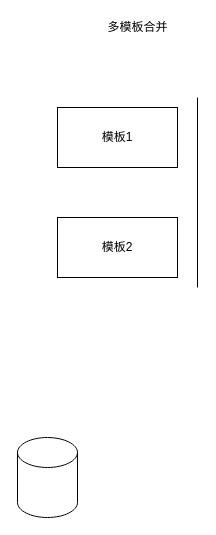
cherishsince/diagrams.net keeps this draw.io diagram as rongda-dep/rule sync.drawio. Above is the earlier version. Source tidied: cells renumbered, new cells numbered last; positions are measured from the earlier drawing's top-left corner, leaving out a move shared by most shapes. Both pictures are drawn from the tidied source at 100%, with x=0, y=0 at pixel (17, 17).
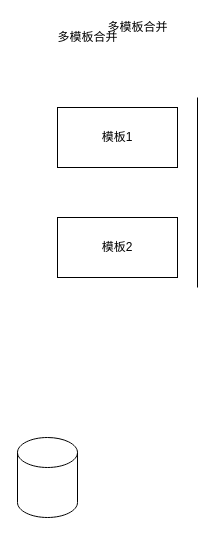
The same diagram, later.

Diff of the diagram source:
```diff
@@
 <mxGraphModel>
   <root>
     <mxCell id="0" />
     <mxCell id="1" parent="0" />
     <mxCell id="2" style="shape=cylinder3;whiteSpace=wrap;html=1;boundedLbl=1;backgroundOutline=1;size=15;" parent="1" vertex="1">
       <mxGeometry y="420" width="60" height="80" as="geometry" />
     </mxCell>
     <mxCell id="3" value="模板1" style="rounded=0;whiteSpace=wrap;html=1;" parent="1" vertex="1">
       <mxGeometry x="40" y="90" width="120" height="60" as="geometry" />
     </mxCell>
     <mxCell id="4" value="模板2" style="rounded=0;whiteSpace=wrap;html=1;" parent="1" vertex="1">
       <mxGeometry x="40" y="200" width="120" height="60" as="geometry" />
     </mxCell>
     <mxCell id="5" value="多模板合并" style="text;html=1;align=center;verticalAlign=middle;strokeColor=none;" parent="1" vertex="1">
       <mxGeometry x="80" width="80" height="20" as="geometry" />
     </mxCell>
     <mxCell id="6" style="endArrow=none;html=1;" parent="1" edge="1">
       <mxGeometry relative="1" as="geometry">
         <mxPoint x="180" y="270" as="sourcePoint" />
         <mxPoint x="180" y="80" as="targetPoint" />
       </mxGeometry>
     </mxCell>
+    <mxCell id="7" value="多模板合并" style="text;html=1;align=center;verticalAlign=middle;strokeColor=none;" parent="1" vertex="1">
+      <mxGeometry x="30" y="10" width="80" height="20" as="geometry" />
+    </mxCell>
   </root>
 </mxGraphModel>
```
